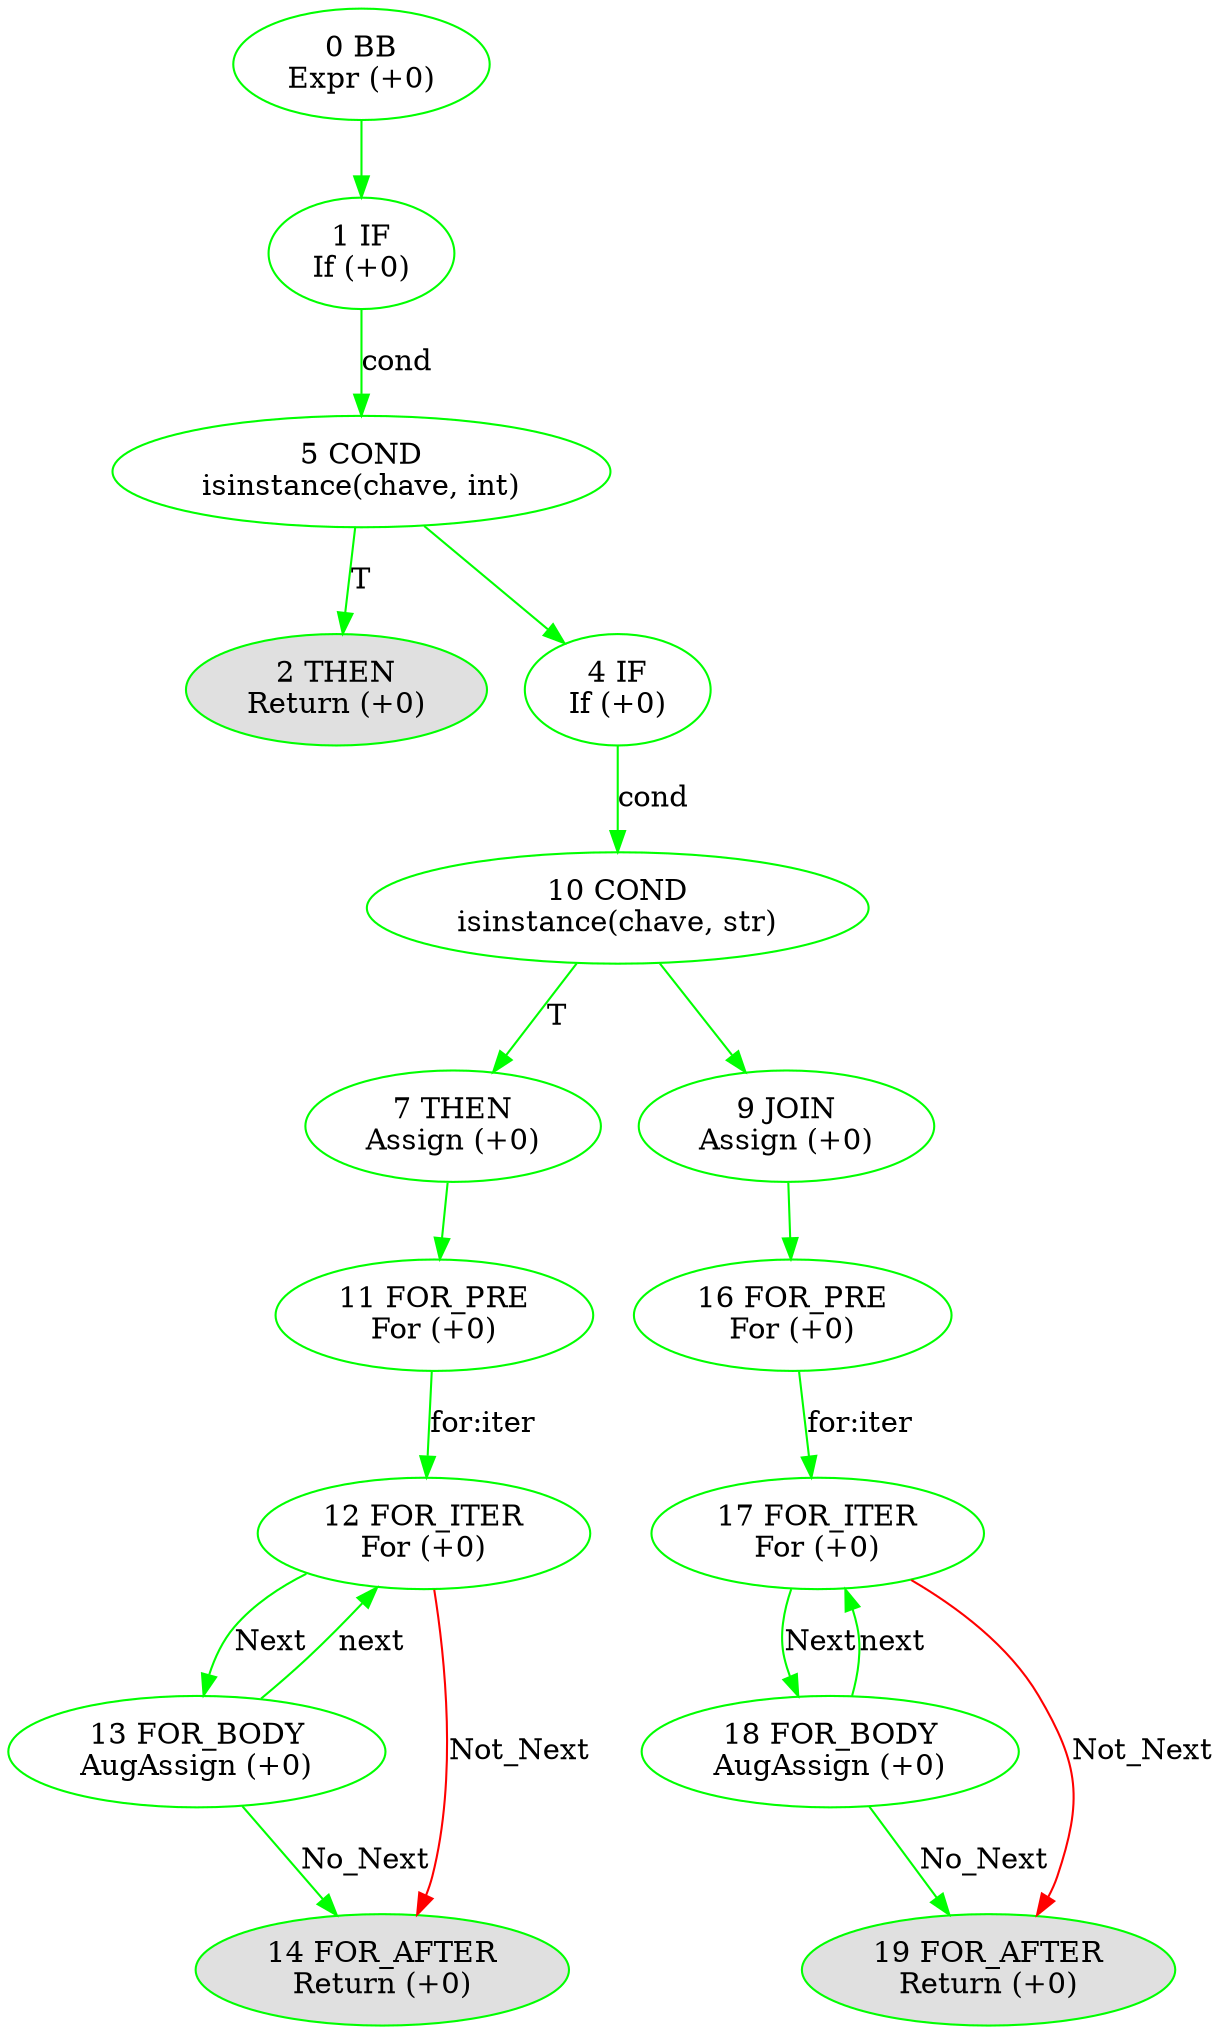
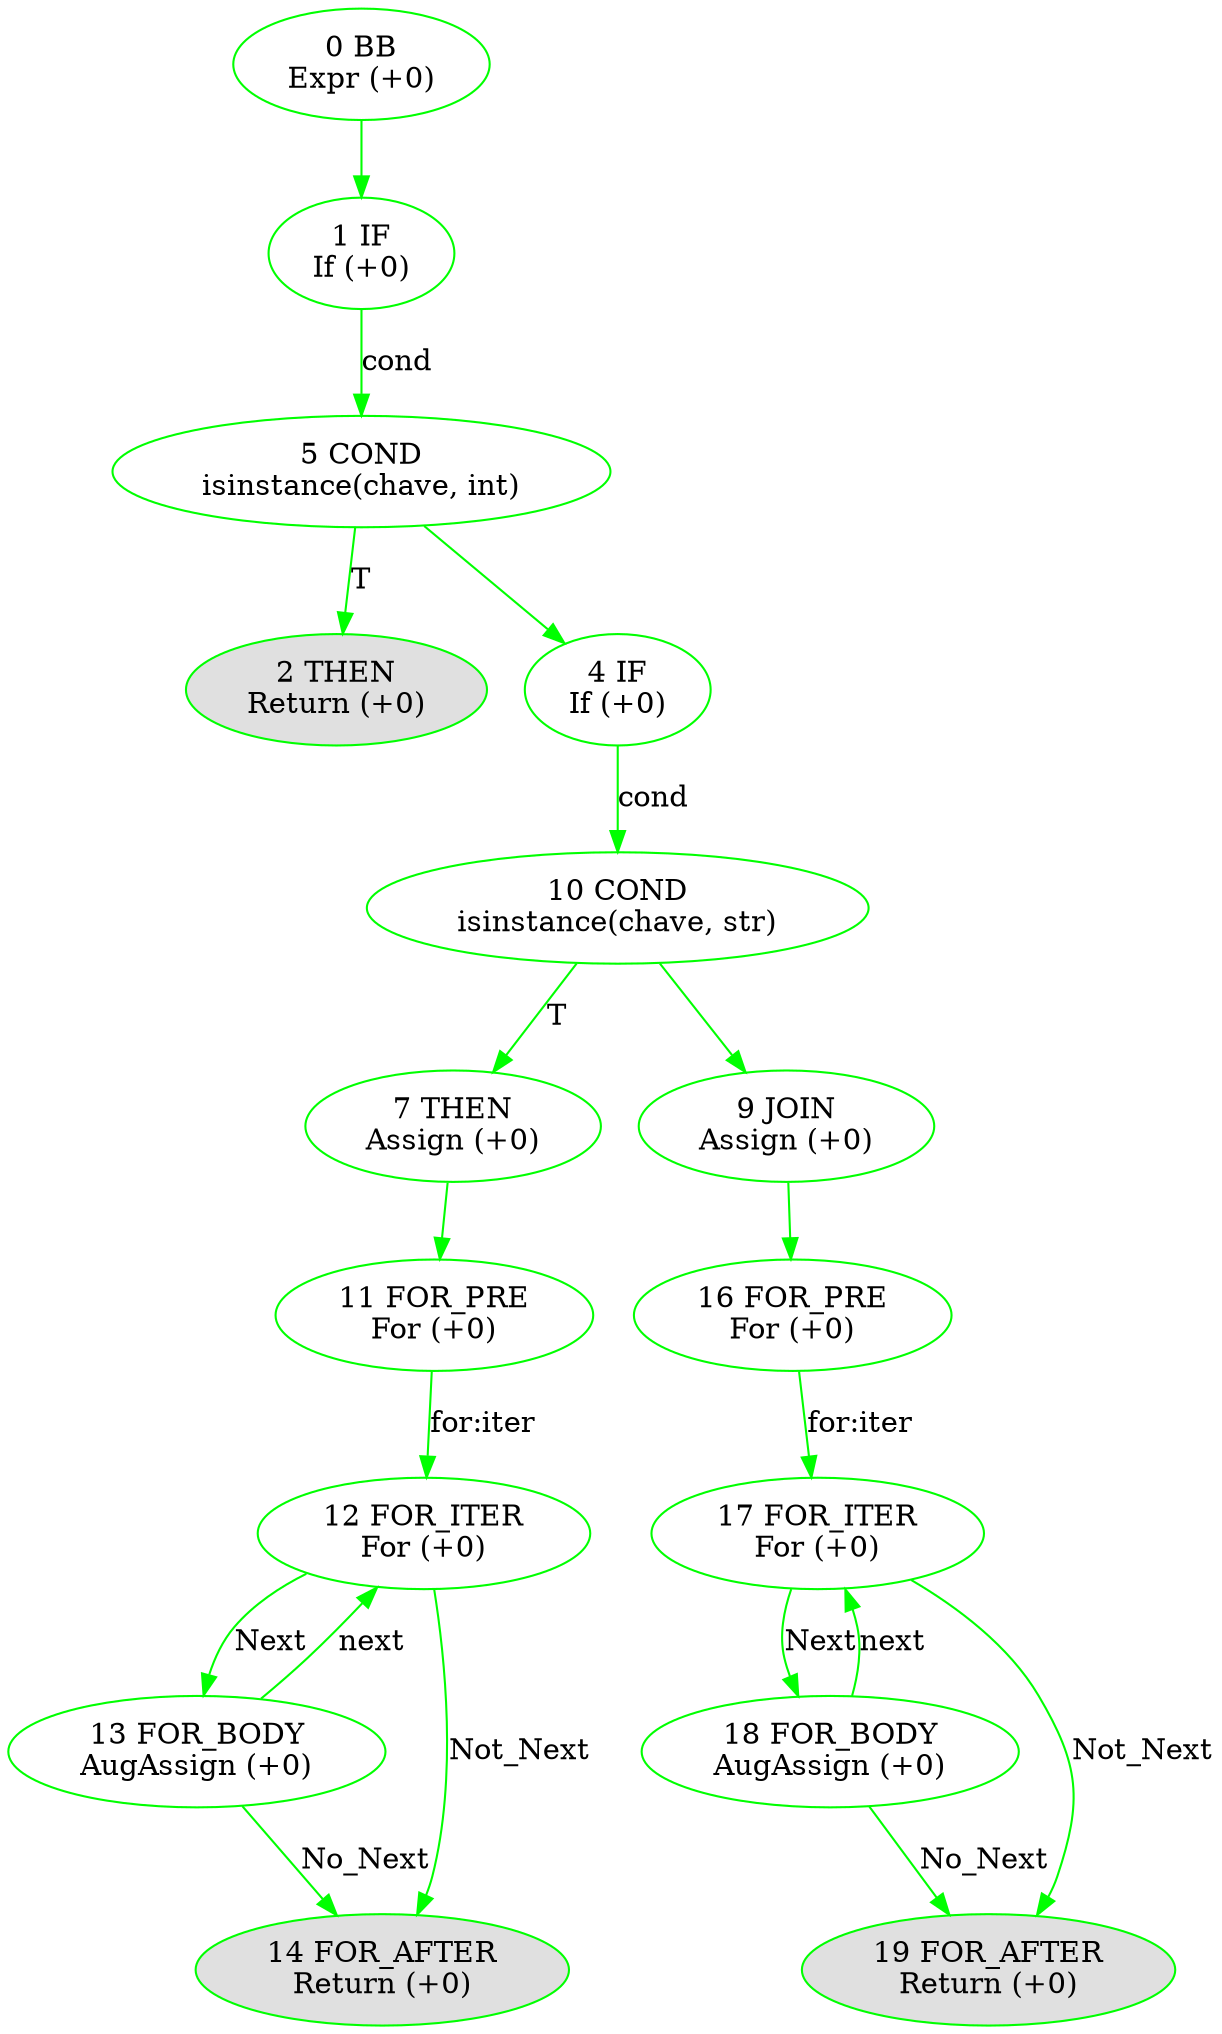
digraph {
0 [tooltip="\'\n        FunÃ§Ã£o de hash manual e previsÃ\xadvel.\n\n        Ideia:\n        - se a chave for string, somamos os cÃ³digos ASCII dos caracteres;\n        - se a chave for inteiro, usamos o prÃ³prio valor;\n        - caso contrÃ¡rio, convertemos para string e somamos os caracteres.\n\n        Isso NÃƒO Ã© ideal para uso real, mas Ã© Ã³timo para ensino,\n        porque permite prever facilmente onde cada chave serÃ¡ mapeada.\n        \'
",color=green,label="0 BB
Expr (+0)"]
1 [tooltip="if isinstance(chave, int):
    return chave % self.capacidade
",color=green,label="1 IF
If (+0)"]
2 [tooltip="return chave % self.capacidade
",color=green,style=filled, fillcolor="#E0E0E0", label="2 THEN
Return (+0)"]
4 [tooltip="if isinstance(chave, str):
    soma = 0
    for caractere in chave:
        soma += ord(caractere)
    return soma % self.capacidade
",color=green,label="4 IF
If (+0)"]
5  [tooltip="isinstance(chave, int)",color=green,label="5 COND
isinstance(chave, int)"]
7 [tooltip="soma = 0
",color=green,label="7 THEN
Assign (+0)"]
9 [tooltip="soma = 0
",color=green,label="9 JOIN
Assign (+0)"]
10  [tooltip="isinstance(chave, str)",color=green,label="10 COND
isinstance(chave, str)"]
11 [tooltip="for caractere in chave:
    soma += ord(caractere)
",color=green,label="11 FOR_PRE
For (+0)"]
12 [tooltip="",color=green,label="12 FOR_ITER
For (+0)"]
13 [tooltip="soma += ord(caractere)
",color=green,label="13 FOR_BODY
AugAssign (+0)"]
14 [tooltip="return soma % self.capacidade
",color=green,style=filled, fillcolor="#E0E0E0", label="14 FOR_AFTER
Return (+0)"]
16 [tooltip="for caractere in str(chave):
    soma += ord(caractere)
",color=green,label="16 FOR_PRE
For (+0)"]
17 [tooltip="",color=green,label="17 FOR_ITER
For (+0)"]
18 [tooltip="soma += ord(caractere)
",color=green,label="18 FOR_BODY
AugAssign (+0)"]
19 [tooltip="return soma % self.capacidade
",color=green,style=filled, fillcolor="#E0E0E0", label="19 FOR_AFTER
Return (+0)"]
0 -> 1 [label="",color=green]
5 -> 2 [label="T",color=green]
1 -> 5 [label="cond",color=green]
10 -> 7 [label="T",color=green]
4 -> 10 [label="cond",color=green]
7 -> 11 [label="",color=green]
11 -> 12 [label="for:iter",color=green]
12 -> 13 [label="Next",color=green]
13 -> 12 [label="next",color=green]
- 12 -> 14 [label="Not_Next",color=red]
+ 12 -> 14 [label="Not_Next",color=green]
13 -> 14 [label="No_Next",color=green]
9 -> 16 [label="",color=green]
16 -> 17 [label="for:iter",color=green]
17 -> 18 [label="Next",color=green]
18 -> 17 [label="next",color=green]
- 17 -> 19 [label="Not_Next",color=red]
+ 17 -> 19 [label="Not_Next",color=green]
18 -> 19 [label="No_Next",color=green]
5 -> 4 [label="",color=green]
10 -> 9 [label="",color=green]
}
